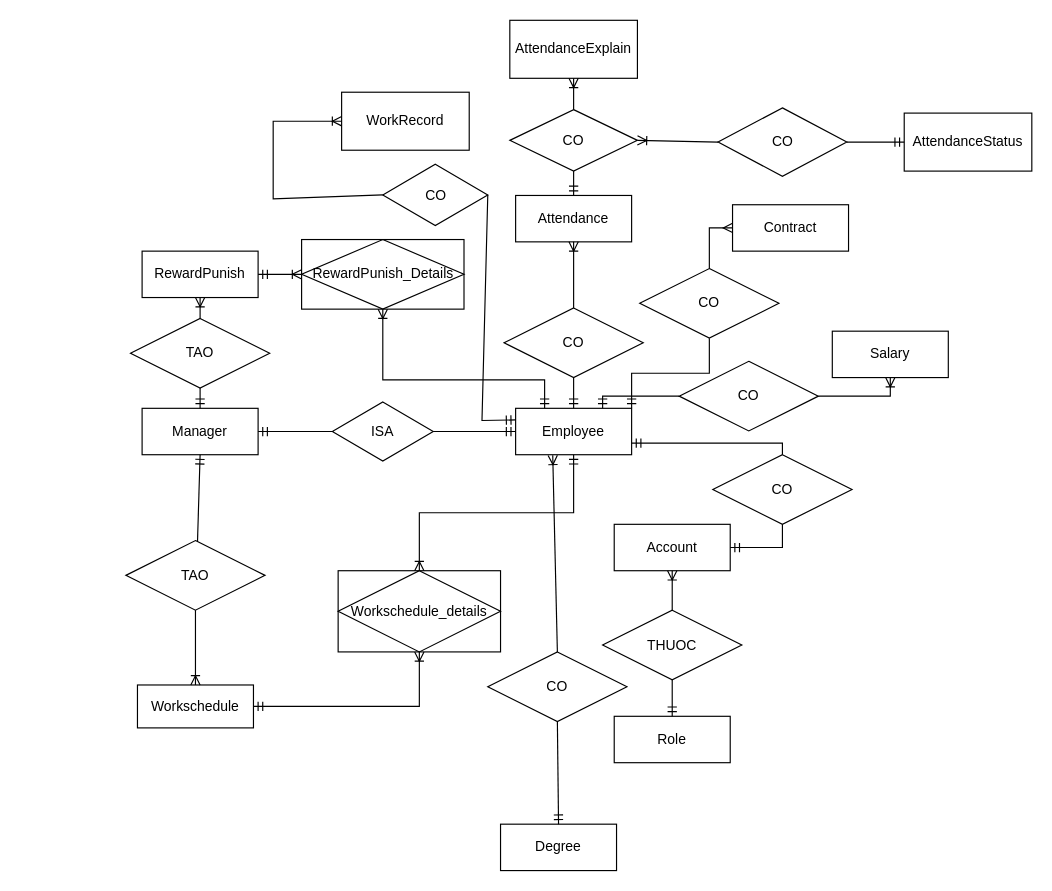
Earlier version of the draw.io diagram page "Trang-3" (3 of 5) of tttn.drawio (VanTruongPTITHCM2002/DoAnJava). Source tidied: cells renumbered, new cells numbered last; positions are measured from the earlier drawing's top-left corner, leaving out a move shared by most shapes. Both pictures are drawn from the tidied source at 116%, with x=0, y=0 at pixel (125, 20).
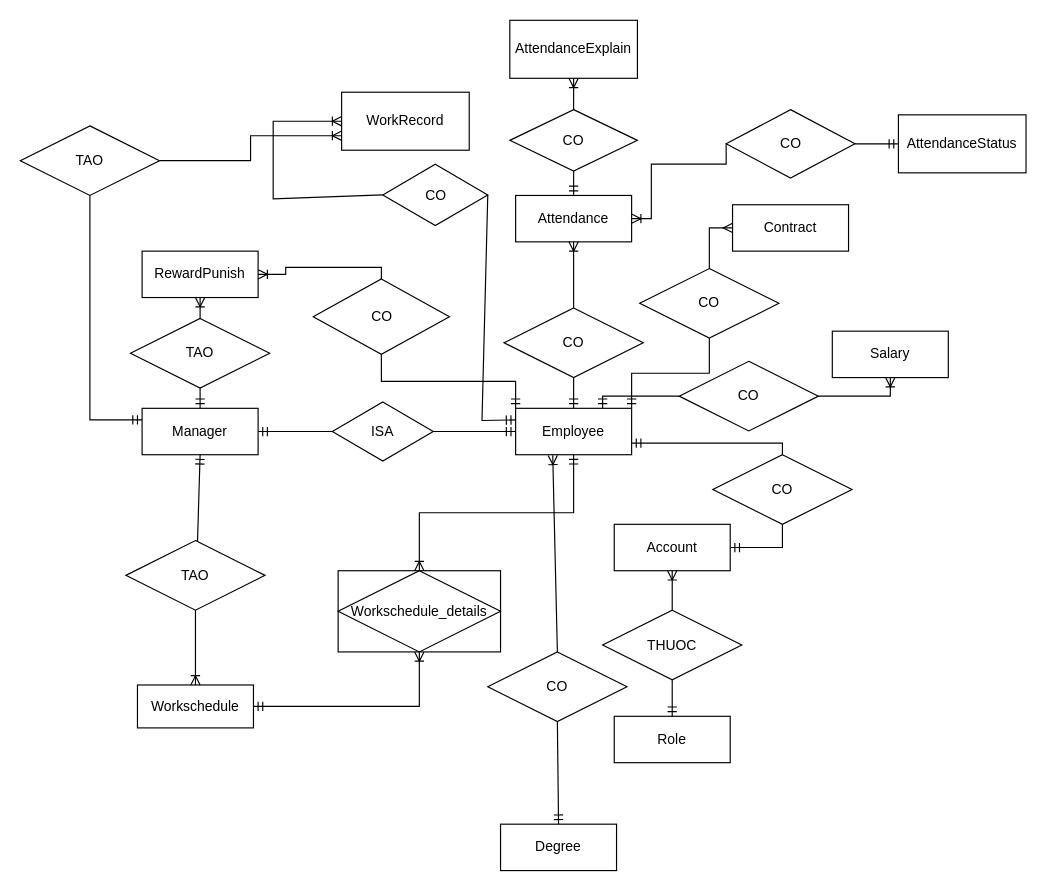
Above is the later version.

Commit message:
Cập nhật tttn.drawio

The change refers to these unchanged cells:
```xml
<mxCell id="2" value="Employee" style="whiteSpace=wrap;html=1;align=center;" parent="1" vertex="1">
  <mxGeometry x="336" y="334.5" width="100" height="40" as="geometry" />
</mxCell>
<mxCell id="3" value="Manager" style="whiteSpace=wrap;html=1;align=center;" parent="1" vertex="1">
  <mxGeometry x="14" y="334.5" width="100" height="40" as="geometry" />
</mxCell>
<mxCell id="15" value="Attendance" style="whiteSpace=wrap;html=1;align=center;" parent="1" vertex="1">
  <mxGeometry x="336" y="151" width="100" height="40" as="geometry" />
</mxCell>
<mxCell id="26" value="RewardPunish" style="whiteSpace=wrap;html=1;align=center;" parent="1" vertex="1">
  <mxGeometry x="14" y="199" width="100" height="40" as="geometry" />
</mxCell>
<mxCell id="46" value="WorkRecord" style="html=1;whiteSpace=wrap;" parent="1" vertex="1">
  <mxGeometry x="186" y="62" width="110" height="50" as="geometry" />
</mxCell>
<mxCell id="48" value="CO" style="shape=rhombus;perimeter=rhombusPerimeter;whiteSpace=wrap;html=1;align=center;" parent="1" vertex="1">
  <mxGeometry x="331" y="77" width="110" height="53" as="geometry" />
</mxCell>
```

What changed in the source:
```diff
@@
-    <mxCell id="30" value="RewardPunish_Details" style="shape=associativeEntity;whiteSpace=wrap;html=1;align=center;" parent="1" vertex="1">
-      <mxGeometry x="151.5" y="189" width="140" height="60" as="geometry" />
-    </mxCell>
-    <mxCell id="31" style="edgeStyle=orthogonalEdgeStyle;fontSize=12;html=1;endArrow=ERoneToMany;startArrow=ERmandOne;rounded=0;exitX=0.25;exitY=0;exitDx=0;exitDy=0;entryX=0.5;entryY=1;entryDx=0;entryDy=0;" parent="1" edge="1" source="2" target="30">
-      <mxGeometry relative="1" as="geometry">
-        <Array as="points">
-          <mxPoint x="361" y="310" />
-          <mxPoint x="222" y="310" />
-        </Array>
-      </mxGeometry>
-    </mxCell>
-    <mxCell id="32" style="fontSize=12;html=1;endArrow=ERoneToMany;startArrow=ERmandOne;rounded=0;exitX=1;exitY=0.5;exitDx=0;exitDy=0;entryX=0;entryY=0.5;entryDx=0;entryDy=0;" parent="1" edge="1" source="26" target="30">
-      <mxGeometry relative="1" as="geometry" />
-    </mxCell>
@@
     <mxCell id="45" value="AttendanceStatus" style="html=1;whiteSpace=wrap;" parent="1" vertex="1">
-      <mxGeometry x="671" y="80" width="110" height="50" as="geometry" />
+      <mxGeometry x="666" y="81.5" width="110" height="50" as="geometry" />
     </mxCell>
@@
     <mxCell id="51" value="CO" style="shape=rhombus;perimeter=rhombusPerimeter;whiteSpace=wrap;html=1;align=center;" parent="1" vertex="1">
-      <mxGeometry x="510.5" y="75.5" width="111" height="59" as="geometry" />
+      <mxGeometry x="517.5" y="77" width="111" height="59" as="geometry" />
     </mxCell>
@@
-    <mxCell id="53" style="fontSize=12;html=1;endArrow=ERoneToMany;rounded=0;exitX=0;exitY=0.5;exitDx=0;exitDy=0;entryX=1;entryY=0.5;entryDx=0;entryDy=0;" parent="1" edge="1" source="51" target="48">
-      <mxGeometry relative="1" as="geometry" />
+    <mxCell id="53" style="fontSize=12;html=1;endArrow=ERoneToMany;rounded=0;exitX=0;exitY=0.5;exitDx=0;exitDy=0;entryX=1;entryY=0.5;entryDx=0;entryDy=0;edgeStyle=orthogonalEdgeStyle;" parent="1" edge="1" source="51" target="15">
+      <mxGeometry relative="1" as="geometry">
+        <Array as="points">
+          <mxPoint x="517" y="124" />
+          <mxPoint x="453" y="124" />
+          <mxPoint x="453" y="171" />
+        </Array>
+      </mxGeometry>
     </mxCell>
@@
+    <mxCell id="57" value="CO" style="shape=rhombus;perimeter=rhombusPerimeter;whiteSpace=wrap;html=1;align=center;" parent="1" vertex="1">
+      <mxGeometry x="161.5" y="223" width="117.5" height="65" as="geometry" />
+    </mxCell>
+    <mxCell id="58" style="edgeStyle=orthogonalEdgeStyle;fontSize=12;html=1;endArrow=ERmandOne;rounded=0;entryX=0;entryY=0;entryDx=0;entryDy=0;exitX=0.5;exitY=1;exitDx=0;exitDy=0;" parent="1" edge="1" source="57" target="2">
+      <mxGeometry relative="1" as="geometry" />
+    </mxCell>
+    <mxCell id="59" style="fontSize=12;html=1;endArrow=ERoneToMany;rounded=0;exitX=0.5;exitY=0;exitDx=0;exitDy=0;entryX=1;entryY=0.5;entryDx=0;entryDy=0;edgeStyle=orthogonalEdgeStyle;" parent="1" edge="1" source="57" target="26">
+      <mxGeometry relative="1" as="geometry" />
+    </mxCell>
+    <mxCell id="60" value="TAO" style="shape=rhombus;perimeter=rhombusPerimeter;whiteSpace=wrap;html=1;align=center;" parent="1" vertex="1">
+      <mxGeometry x="-91" y="91" width="120" height="60" as="geometry" />
+    </mxCell>
+    <mxCell id="61" style="edgeStyle=orthogonalEdgeStyle;fontSize=12;html=1;endArrow=ERmandOne;rounded=0;exitX=0.5;exitY=1;exitDx=0;exitDy=0;entryX=0;entryY=0.25;entryDx=0;entryDy=0;" parent="1" edge="1" source="60" target="3">
+      <mxGeometry relative="1" as="geometry" />
+    </mxCell>
+    <mxCell id="62" style="fontSize=12;html=1;endArrow=ERoneToMany;rounded=0;exitX=1;exitY=0.5;exitDx=0;exitDy=0;entryX=0;entryY=0.75;entryDx=0;entryDy=0;edgeStyle=orthogonalEdgeStyle;" parent="1" edge="1" source="60" target="46">
+      <mxGeometry relative="1" as="geometry" />
+    </mxCell>
```
